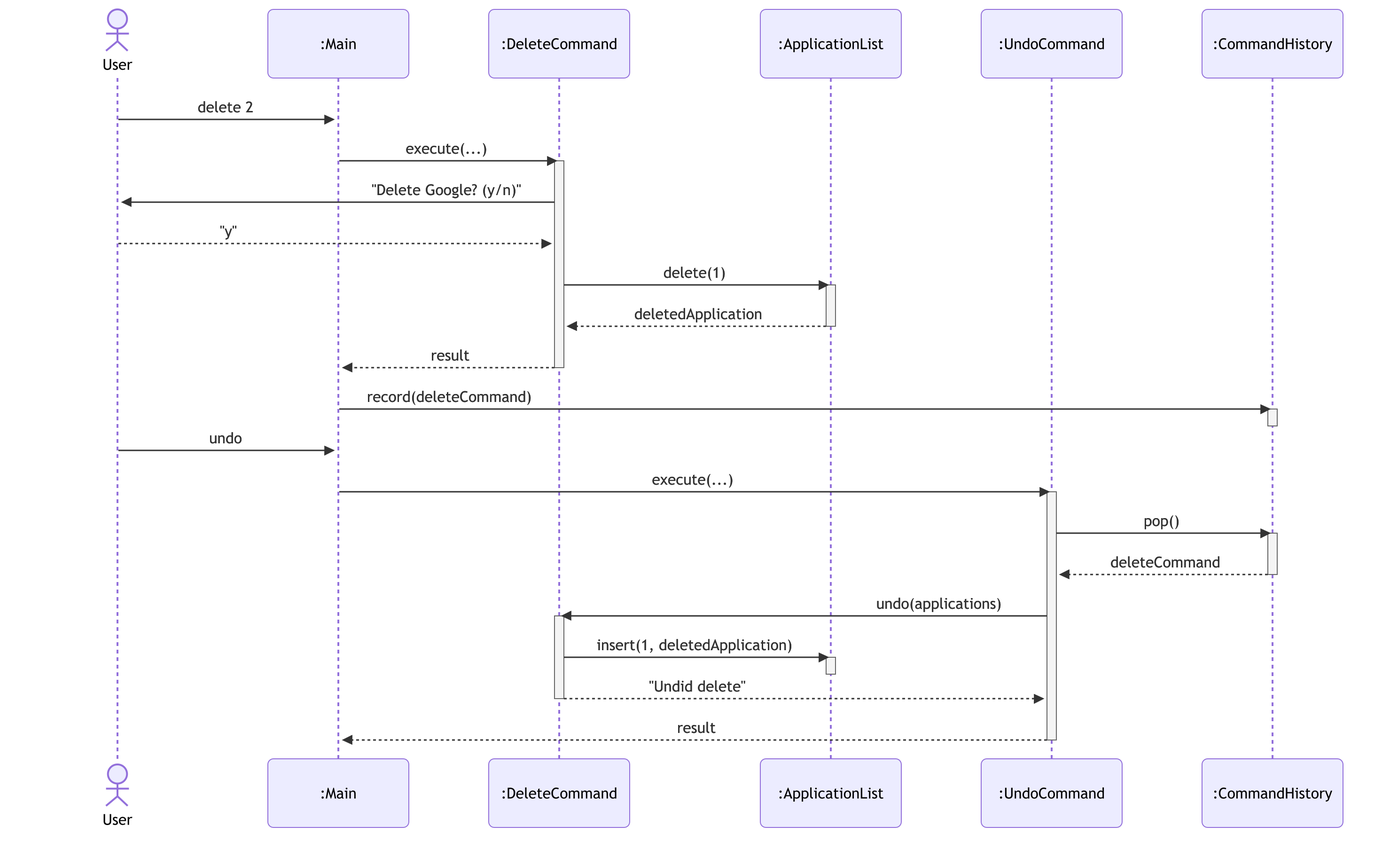
Before: docs/diagrams/delete-confirmation-undo-sequence.png, a diagram exported from Mermaid (AY2627S1-CS2113-T10-2/tp). Its source is kept beside it as docs/diagrams/sources/delete-confirmation-undo-sequence.mmd.
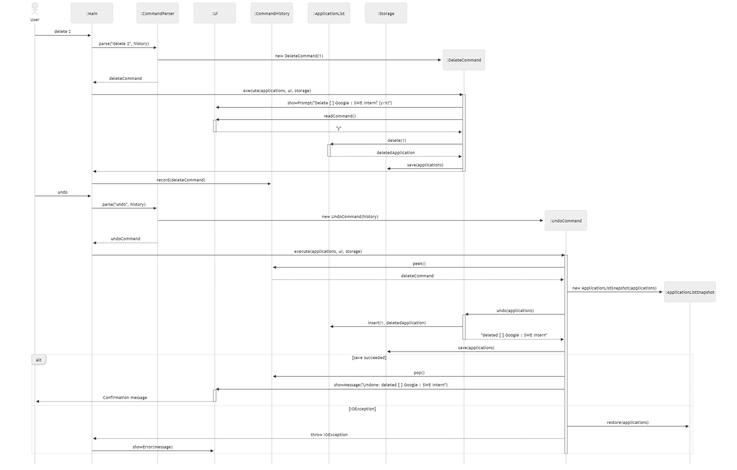
The same file after the commit.

Diff of the diagram source:
```diff
@@ -1,42 +1,60 @@
-%%{init: {'theme': 'default', 'sequence': {'actorMargin': 85, 'messageMargin': 45}}}%%
-%%{init: {'theme': 'default', 'sequence': {'actorMargin': 85, 'messageMargin': 45}}}%%
-%%{init: {'theme': 'default', 'sequence': {'actorMargin': 85, 'messageMargin': 45}}}%%
+%%{init: {'theme': 'neutral', 'sequence': {'mirrorActors': false, 'actorMargin': 55, 'messageMargin': 28}}}%%
 sequenceDiagram
     actor user as User
     participant main as :Main
-    participant del as :DeleteCommand
+    participant parser as :CommandParser
+    participant ui as :Ui
+    participant history as :CommandHistory
     participant list as :ApplicationList
-    participant undo as :UndoCommand
-    participant history as :CommandHistory
+    participant storage as :Storage
 
     user->>main: delete 2
-    main->>del: execute(...)
+    main->>parser: parse("delete 2", history)
+    create participant del as :DeleteCommand
+    parser->>del: new DeleteCommand(1)
+    parser-->>main: deleteCommand
+    main->>del: execute(applications, ui, storage)
     activate del
-    del->>user: "Delete Google? (y/n)"
-    user-->>del: "y"
+    del->>ui: showPrompt("Delete [ ] Google | SWE Intern? (y/n)")
+    del->>ui: readCommand()
+    activate ui
+    ui-->>del: "y"
+    deactivate ui
     del->>list: delete(1)
     activate list
     list-->>del: deletedApplication
     deactivate list
-    del-->>main: result
+    del->>storage: save(applications)
+    del-->>main:
     deactivate del
     main->>history: record(deleteCommand)
-    activate history
-    deactivate history
 
     user->>main: undo
-    main->>undo: execute(...)
+    main->>parser: parse("undo", history)
+    create participant undo as :UndoCommand
+    parser->>undo: new UndoCommand(history)
+    parser-->>main: undoCommand
+    main->>undo: execute(applications, ui, storage)
     activate undo
-    undo->>history: pop()
-    activate history
+    undo->>history: peek()
     history-->>undo: deleteCommand
-    deactivate history
+    create participant snap as :ApplicationListSnapshot
+    undo->>snap: new ApplicationListSnapshot(applications)
     undo->>del: undo(applications)
     activate del
     del->>list: insert(1, deletedApplication)
-    activate list
-    deactivate list
-    del-->>undo: "Undid delete"
+    del-->>undo: "deleted [ ] Google | SWE Intern"
     deactivate del
-    undo-->>main: result
+    undo->>storage: save(applications)
+    alt save succeeded
+        undo->>history: pop()
+        undo->>ui: showMessage("Undone: deleted [ ] Google | SWE Intern")
+        activate ui
+        ui-->>user: Confirmation message
+        deactivate ui
+    else IOException
+        undo->>snap: restore(applications)
+        undo-->>main: throw IOException
+        main->>ui: showError(message)
+    end
     deactivate undo
```
